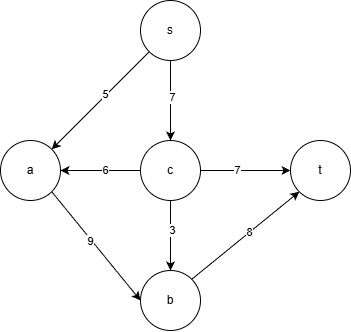
Earlier version of the draw.io export graph-1.png (algos-ris-24-5/manual-tasks). Source tidied: cells renumbered, new cells last; positions are measured from the earlier drawing's top-left corner, leaving out a move shared by most shapes.
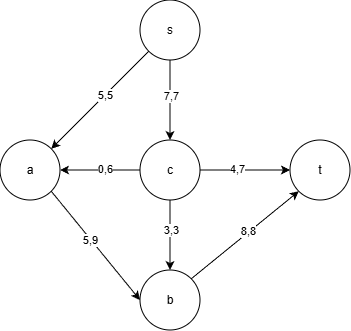
The same diagram one commit later.

Diff of the diagram source:
```diff
@@ -20,43 +20,43 @@
     <mxCell id="7" style="endArrow=classic;html=1;rounded=0;exitX=0.5;exitY=1;exitDx=0;exitDy=0;entryX=0.5;entryY=0;entryDx=0;entryDy=0;" parent="1" edge="1" source="2" target="5">
       <mxGeometry relative="1" as="geometry" />
     </mxCell>
-    <mxCell id="8" value="7" style="edgeLabel;html=1;align=center;verticalAlign=middle;" parent="7" vertex="1">
+    <mxCell id="8" value="7,7" style="edgeLabel;html=1;align=center;verticalAlign=middle;" parent="7" vertex="1">
       <mxGeometry x="-0.09" y="1" relative="1" as="geometry" />
     </mxCell>
     <mxCell id="9" style="endArrow=classic;html=1;rounded=0;exitX=0;exitY=1;exitDx=0;exitDy=0;entryX=1;entryY=0;entryDx=0;entryDy=0;" parent="1" edge="1" source="2" target="3">
       <mxGeometry relative="1" as="geometry" />
     </mxCell>
-    <mxCell id="10" value="5" style="edgeLabel;html=1;align=center;verticalAlign=middle;" parent="9" vertex="1">
+    <mxCell id="10" value="5,5" style="edgeLabel;html=1;align=center;verticalAlign=middle;" parent="9" vertex="1">
       <mxGeometry x="-0.1" y="-1" relative="1" as="geometry" />
     </mxCell>
     <mxCell id="11" style="endArrow=classic;html=1;rounded=0;exitX=0;exitY=0.5;exitDx=0;exitDy=0;entryX=1;entryY=0.5;entryDx=0;entryDy=0;" parent="1" edge="1" source="5" target="3">
       <mxGeometry relative="1" as="geometry" />
     </mxCell>
-    <mxCell id="12" value="6" style="edgeLabel;html=1;align=center;verticalAlign=middle;" parent="11" vertex="1">
+    <mxCell id="12" value="0,6" style="edgeLabel;html=1;align=center;verticalAlign=middle;" parent="11" vertex="1">
       <mxGeometry x="-0.11" y="-1" relative="1" as="geometry" />
     </mxCell>
     <mxCell id="13" style="endArrow=classic;html=1;rounded=0;exitX=0.5;exitY=1;exitDx=0;exitDy=0;entryX=0.5;entryY=0;entryDx=0;entryDy=0;" parent="1" edge="1" source="5" target="4">
       <mxGeometry relative="1" as="geometry" />
     </mxCell>
-    <mxCell id="14" value="3" style="edgeLabel;html=1;align=center;verticalAlign=middle;" parent="13" vertex="1">
+    <mxCell id="14" value="3,3" style="edgeLabel;html=1;align=center;verticalAlign=middle;" parent="13" vertex="1">
       <mxGeometry x="-0.16" y="1" relative="1" as="geometry" />
     </mxCell>
     <mxCell id="15" style="endArrow=classic;html=1;rounded=0;exitX=1;exitY=1;exitDx=0;exitDy=0;entryX=0;entryY=0.5;entryDx=0;entryDy=0;" parent="1" edge="1" source="3" target="4">
       <mxGeometry relative="1" as="geometry" />
     </mxCell>
-    <mxCell id="16" value="9" style="edgeLabel;html=1;align=center;verticalAlign=middle;" parent="15" vertex="1">
+    <mxCell id="16" value="5,9" style="edgeLabel;html=1;align=center;verticalAlign=middle;" parent="15" vertex="1">
       <mxGeometry x="-0.12" y="-1" relative="1" as="geometry" />
     </mxCell>
     <mxCell id="17" style="endArrow=classic;html=1;rounded=0;entryX=0;entryY=0.5;entryDx=0;entryDy=0;exitX=1;exitY=0.5;exitDx=0;exitDy=0;" parent="1" edge="1" source="5" target="6">
       <mxGeometry relative="1" as="geometry" />
     </mxCell>
-    <mxCell id="18" value="7" style="edgeLabel;html=1;align=center;verticalAlign=middle;" parent="17" vertex="1">
+    <mxCell id="18" value="4,7" style="edgeLabel;html=1;align=center;verticalAlign=middle;" parent="17" vertex="1">
       <mxGeometry x="-0.18" y="1" relative="1" as="geometry" />
     </mxCell>
     <mxCell id="19" style="endArrow=classic;html=1;rounded=0;exitX=1;exitY=0;exitDx=0;exitDy=0;entryX=0;entryY=1;entryDx=0;entryDy=0;" parent="1" edge="1" source="4" target="6">
       <mxGeometry relative="1" as="geometry" />
     </mxCell>
-    <mxCell id="20" value="8" style="edgeLabel;html=1;align=center;verticalAlign=middle;" parent="19" vertex="1">
+    <mxCell id="20" value="8,8" style="edgeLabel;html=1;align=center;verticalAlign=middle;" parent="19" vertex="1">
       <mxGeometry x="0.07" y="1" relative="1" as="geometry" />
     </mxCell>
   </root>
```
